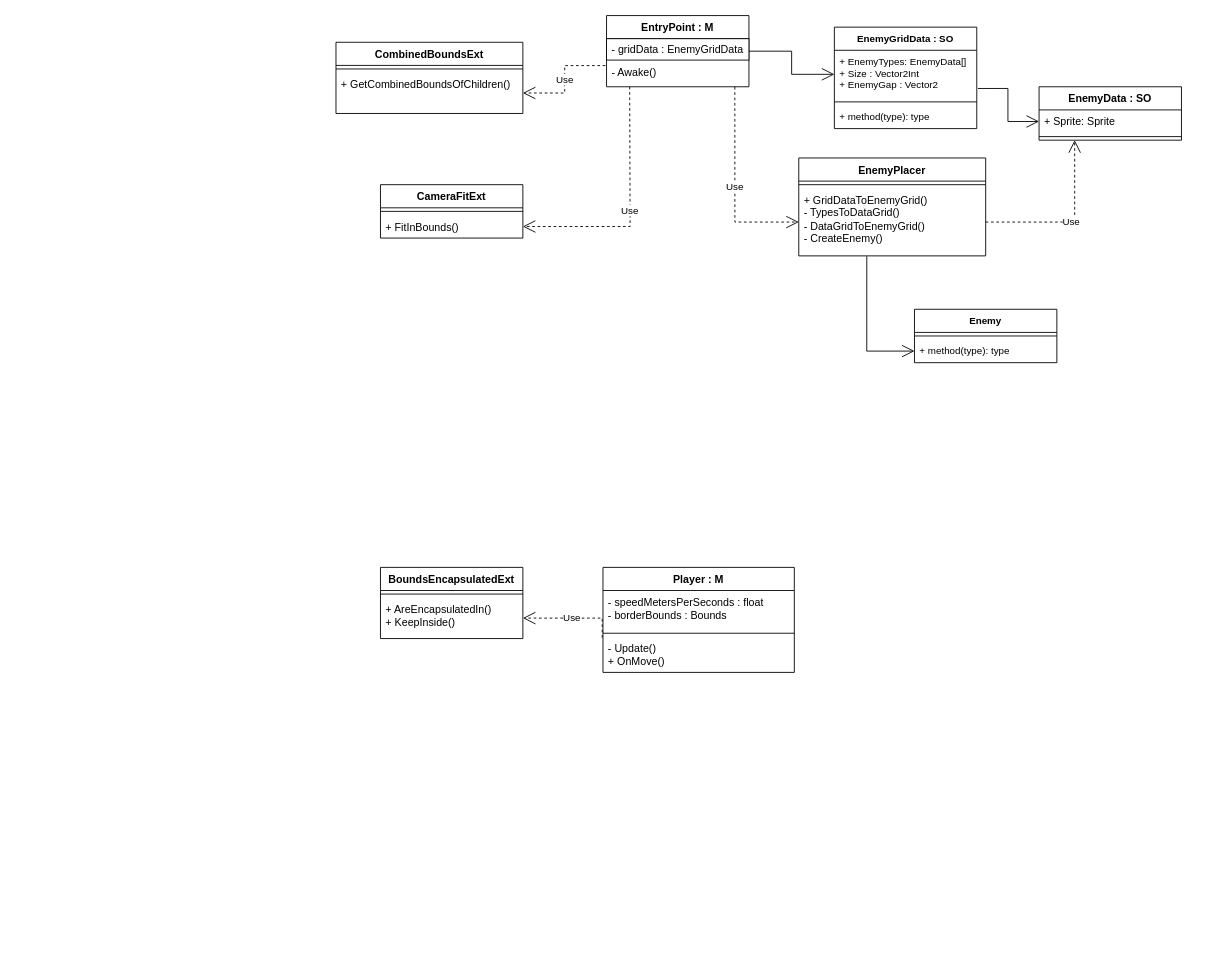
Above: Assets/_Presentation/UML/UML.drawio in IvanvIvanv/SpaceInvadersTask (draw.io), before the change. Source tidied: cells renumbered, new cells numbered last; positions are measured from the earlier drawing's top-left corner, leaving out a move shared by most shapes. Both pictures are drawn from the tidied source at 89%, with x=0, y=0 at pixel (336, 15).
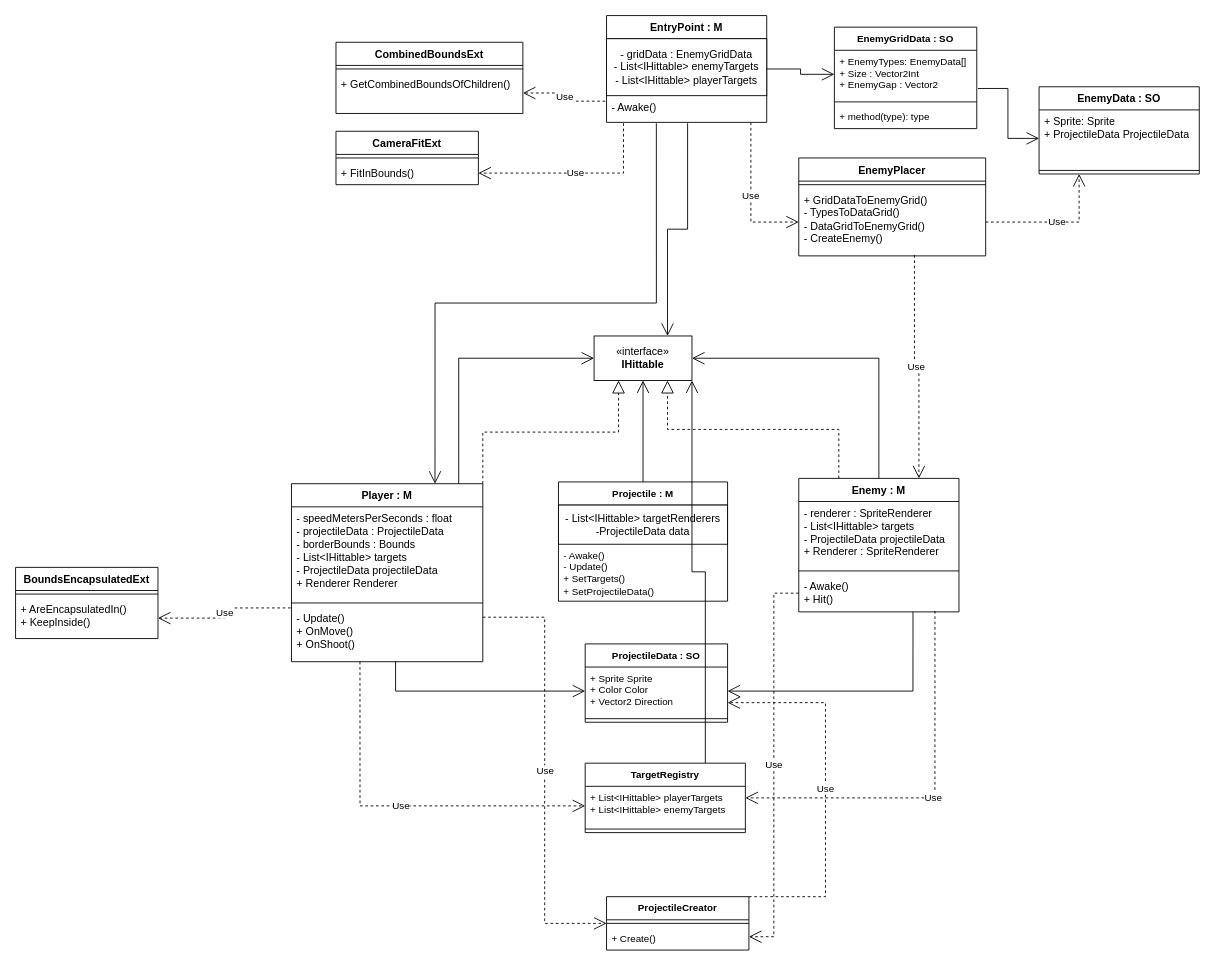
The same diagram, later.

Commit message:
tweak: Updated UML

Unchanged cells that the change refers to:
```xml
<mxCell id="7" value="&lt;div&gt;+ GridDataToEnemyGrid()&lt;br&gt;&lt;/div&gt;&lt;div&gt;- TypesToDataGrid()&lt;br&gt;&lt;/div&gt;&lt;div&gt;- DataGridToEnemyGrid()&lt;br&gt;&lt;/div&gt;&lt;div&gt;- CreateEnemy()&lt;br&gt;&lt;/div&gt;" style="text;strokeColor=none;fillColor=none;align=left;verticalAlign=top;spacingLeft=4;spacingRight=4;overflow=hidden;points=[[0,0.5],[1,0.5]];portConstraint=eastwest;whiteSpace=wrap;html=1;" parent="5" vertex="1">
  <mxGeometry y="34" width="210" height="76" as="geometry" />
</mxCell>
<mxCell id="16" value="+ FitInBounds()" style="text;strokeColor=none;fillColor=none;align=left;verticalAlign=top;spacingLeft=4;spacingRight=4;overflow=hidden;points=[[0,0.5],[1,0.5]];portConstraint=eastwest;whiteSpace=wrap;html=1;" parent="14" vertex="1">
  <mxGeometry y="34" width="160" height="26" as="geometry" />
</mxCell>
```

What changed in the source:
```diff
@@
     <mxCell id="2" value="EntryPoint : M" style="swimlane;fontStyle=1;align=center;verticalAlign=top;horizontal=1;startSize=26;whiteSpace=wrap;html=1;" parent="1" vertex="1">
-      <mxGeometry x="304" width="160" height="80" as="geometry" />
+      <mxGeometry x="304" width="180" height="120" as="geometry" />
     </mxCell>
-    <mxCell id="3" value="- gridData : EnemyGridData" style="html=1;whiteSpace=wrap;" parent="2" vertex="1">
-      <mxGeometry y="26" width="160" height="24" as="geometry" />
+    <mxCell id="3" value="&lt;div&gt;- gridData : EnemyGridData&lt;/div&gt;&lt;div&gt;- List&amp;lt;IHittable&amp;gt; enemyTargets&lt;/div&gt;&lt;div&gt;- List&amp;lt;IHittable&amp;gt; playerTargets&lt;br&gt;&lt;/div&gt;" style="html=1;whiteSpace=wrap;" parent="2" vertex="1">
+      <mxGeometry y="26" width="180" height="64" as="geometry" />
     </mxCell>
     <mxCell id="4" value="&lt;div&gt;- Awake()&lt;/div&gt;" style="text;strokeColor=none;fillColor=none;align=left;verticalAlign=top;spacingLeft=4;spacingRight=4;overflow=hidden;points=[[0,0.5],[1,0.5]];portConstraint=eastwest;whiteSpace=wrap;html=1;" parent="2" vertex="1">
-      <mxGeometry y="50" width="160" height="30" as="geometry" />
+      <mxGeometry y="90" width="180" height="30" as="geometry" />
     </mxCell>
@@
     <mxCell id="8" value="EnemyData : SO" style="swimlane;fontStyle=1;align=center;verticalAlign=top;horizontal=1;startSize=26;whiteSpace=wrap;html=1;" parent="1" vertex="1">
-      <mxGeometry x="790" y="80" width="160" height="60" as="geometry" />
+      <mxGeometry x="790" y="80" width="180" height="98" as="geometry" />
     </mxCell>
-    <mxCell id="9" value="+ Sprite: Sprite" style="text;strokeColor=none;fillColor=none;align=left;verticalAlign=top;spacingLeft=4;spacingRight=4;overflow=hidden;points=[[0,0.5],[1,0.5]];portConstraint=eastwest;whiteSpace=wrap;html=1;" parent="8" vertex="1">
-      <mxGeometry y="26" width="160" height="26" as="geometry" />
+    <mxCell id="9" value="&lt;div&gt;+ Sprite: Sprite&lt;/div&gt;+ ProjectileData ProjectileData" style="text;strokeColor=none;fillColor=none;align=left;verticalAlign=top;spacingLeft=4;spacingRight=4;overflow=hidden;points=[[0,0.5],[1,0.5]];portConstraint=eastwest;whiteSpace=wrap;html=1;" parent="8" vertex="1">
+      <mxGeometry y="26" width="180" height="64" as="geometry" />
     </mxCell>
     <mxCell id="10" style="line;strokeWidth=1;fillColor=none;align=left;verticalAlign=middle;spacingTop=-1;spacingLeft=3;spacingRight=3;labelPosition=right;strokeColor=inherit;" parent="8" vertex="1">
-      <mxGeometry y="52" width="160" height="8" as="geometry" />
+      <mxGeometry y="90" width="180" height="8" as="geometry" />
     </mxCell>
@@
     <mxCell id="14" value="CameraFitExt" style="swimlane;fontStyle=1;align=center;verticalAlign=top;horizontal=1;startSize=26;whiteSpace=wrap;html=1;" parent="1" vertex="1">
-      <mxGeometry x="50" y="190" width="160" height="60" as="geometry" />
+      <mxGeometry y="130" width="160" height="60" as="geometry" />
     </mxCell>
@@
     <mxCell id="17" value="Player : M" style="swimlane;fontStyle=1;align=center;verticalAlign=top;horizontal=1;startSize=26;whiteSpace=wrap;html=1;" parent="1" vertex="1">
-      <mxGeometry x="300" y="620" width="215" height="118" as="geometry" />
+      <mxGeometry x="-50" y="526" width="215" height="200" as="geometry" />
     </mxCell>
-    <mxCell id="18" value="&lt;div&gt;- speedMetersPerSeconds : float&lt;/div&gt;&lt;div&gt;- borderBounds : Bounds&lt;br&gt;&lt;/div&gt;" style="text;strokeColor=none;fillColor=none;align=left;verticalAlign=top;spacingLeft=4;spacingRight=4;overflow=hidden;whiteSpace=wrap;html=1;" parent="17" vertex="1">
-      <mxGeometry y="26" width="215" height="44" as="geometry" />
+    <mxCell id="18" value="&lt;div&gt;- speedMetersPerSeconds : float&lt;/div&gt;&lt;div&gt;- projectileData : ProjectileData&lt;br&gt;&lt;/div&gt;&lt;div&gt;- borderBounds : Bounds&lt;/div&gt;&lt;div&gt;- List&amp;lt;IHittable&amp;gt; targets&lt;/div&gt;&lt;div&gt;- ProjectileData projectileData&lt;br&gt;&lt;/div&gt;&lt;div&gt;+ Renderer Renderer&lt;br&gt;&lt;/div&gt;" style="text;strokeColor=none;fillColor=none;align=left;verticalAlign=top;spacingLeft=4;spacingRight=4;overflow=hidden;whiteSpace=wrap;html=1;" parent="17" vertex="1">
+      <mxGeometry y="26" width="215" height="104" as="geometry" />
     </mxCell>
     <mxCell id="19" style="line;strokeWidth=1;fillColor=none;align=left;verticalAlign=middle;spacingTop=-1;spacingLeft=3;spacingRight=3;labelPosition=right;strokeColor=inherit;" parent="17" vertex="1">
-      <mxGeometry y="70" width="215" height="8" as="geometry" />
+      <mxGeometry y="130" width="215" height="8" as="geometry" />
     </mxCell>
-    <mxCell id="20" value="- Update()&lt;br&gt;&lt;div&gt;+ OnMove()&lt;/div&gt;" style="text;strokeColor=none;fillColor=none;align=left;verticalAlign=top;spacingLeft=4;spacingRight=4;overflow=hidden;points=[[0,0.5],[1,0.5]];portConstraint=eastwest;whiteSpace=wrap;html=1;" parent="17" vertex="1">
-      <mxGeometry y="78" width="215" height="40" as="geometry" />
+    <mxCell id="20" value="- Update()&lt;br&gt;&lt;div&gt;+ OnMove()&lt;/div&gt;&lt;div&gt;+ OnShoot()&lt;br&gt;&lt;/div&gt;" style="text;strokeColor=none;fillColor=none;align=left;verticalAlign=top;spacingLeft=4;spacingRight=4;overflow=hidden;points=[[0,0.5],[1,0.5]];portConstraint=eastwest;whiteSpace=wrap;html=1;" parent="17" vertex="1">
+      <mxGeometry y="138" width="215" height="62" as="geometry" />
     </mxCell>
     <mxCell id="21" value="BoundsEncapsulatedExt" style="swimlane;fontStyle=1;align=center;verticalAlign=top;horizontal=1;startSize=26;whiteSpace=wrap;html=1;" parent="1" vertex="1">
-      <mxGeometry x="50" y="620" width="160" height="80" as="geometry" />
+      <mxGeometry x="-360" y="620" width="160" height="80" as="geometry" />
     </mxCell>
@@
-    <mxCell id="26" value="Use" style="endArrow=open;endSize=12;dashed=1;html=1;rounded=0;strokeColor=default;align=center;verticalAlign=middle;fontFamily=Helvetica;fontSize=11;fontColor=default;labelBackgroundColor=default;edgeStyle=orthogonalEdgeStyle;entryX=1;entryY=0.5;entryDx=0;entryDy=0;" parent="1" edge="1" target="16">
-      <mxGeometry relative="1" as="geometry">
-        <mxPoint x="330" y="80" as="sourcePoint" />
-      </mxGeometry>
+    <mxCell id="26" value="Use" style="endArrow=open;endSize=12;dashed=1;html=1;rounded=0;strokeColor=default;align=center;verticalAlign=middle;fontFamily=Helvetica;fontSize=11;fontColor=default;labelBackgroundColor=default;edgeStyle=orthogonalEdgeStyle;entryX=1;entryY=0.5;entryDx=0;entryDy=0;exitX=0.106;exitY=1.033;exitDx=0;exitDy=0;exitPerimeter=0;" parent="1" edge="1" source="4" target="16">
+      <mxGeometry relative="1" as="geometry" />
     </mxCell>
@@
-    <mxCell id="32" value="Enemy" style="swimlane;fontStyle=1;align=center;verticalAlign=top;horizontal=1;startSize=26;whiteSpace=wrap;html=1;fontFamily=Helvetica;fontSize=11;labelBackgroundColor=default;" parent="1" vertex="1">
-      <mxGeometry x="650" y="330" width="160" height="60" as="geometry" />
+    <mxCell id="32" value="Projectile : M" style="swimlane;fontStyle=1;align=center;verticalAlign=top;horizontal=1;startSize=26;whiteSpace=wrap;html=1;fontFamily=Helvetica;fontSize=11;labelBackgroundColor=default;" parent="1" vertex="1">
+      <mxGeometry x="250" y="524" width="190" height="134" as="geometry" />
     </mxCell>
-    <mxCell id="33" style="line;strokeWidth=1;fillColor=none;align=left;verticalAlign=middle;spacingTop=-1;spacingLeft=3;spacingRight=3;labelPosition=right;strokeColor=inherit;fontFamily=Helvetica;fontSize=11;fontColor=default;labelBackgroundColor=default;" parent="32" vertex="1">
-      <mxGeometry y="26" width="160" height="8" as="geometry" />
-    </mxCell>
+    <mxCell id="39" value="&lt;div&gt;- List&amp;lt;IHittable&amp;gt; targetRenderers&lt;/div&gt;&lt;div&gt;-ProjectileData data&lt;br&gt;&lt;/div&gt;" style="html=1;whiteSpace=wrap;" parent="32" vertex="1">
+      <mxGeometry y="26" width="190" height="44" as="geometry" />
+    </mxCell>
-    <mxCell id="34" value="+ method(type): type" style="text;strokeColor=none;fillColor=none;align=left;verticalAlign=top;spacingLeft=4;spacingRight=4;overflow=hidden;points=[[0,0.5],[1,0.5]];portConstraint=eastwest;whiteSpace=wrap;html=1;fontFamily=Helvetica;fontSize=11;fontColor=default;labelBackgroundColor=default;" parent="32" vertex="1">
-      <mxGeometry y="34" width="160" height="26" as="geometry" />
+    <mxCell id="34" value="&lt;div&gt;- Awake()&lt;br&gt;&lt;/div&gt;&lt;div&gt;- Update()&lt;/div&gt;&lt;div&gt;+ SetTargets()&lt;br&gt;&lt;/div&gt;&lt;div&gt;+ SetProjectileData()&lt;br&gt;&lt;/div&gt;" style="text;strokeColor=none;fillColor=none;align=left;verticalAlign=top;spacingLeft=4;spacingRight=4;overflow=hidden;points=[[0,0.5],[1,0.5]];portConstraint=eastwest;whiteSpace=wrap;html=1;fontFamily=Helvetica;fontSize=11;fontColor=default;labelBackgroundColor=default;" parent="32" vertex="1">
+      <mxGeometry y="70" width="190" height="64" as="geometry" />
     </mxCell>
@@
-    <mxCell id="38" style="endArrow=open;endFill=1;endSize=12;html=1;rounded=0;strokeColor=default;align=center;verticalAlign=middle;fontFamily=Helvetica;fontSize=11;fontColor=default;labelBackgroundColor=default;edgeStyle=orthogonalEdgeStyle;exitX=0.364;exitY=1.006;exitDx=0;exitDy=0;exitPerimeter=0;entryX=0;entryY=0.5;entryDx=0;entryDy=0;" parent="1" edge="1" source="7" target="34">
-      <mxGeometry relative="1" as="geometry" />
-    </mxCell>
+    <mxCell id="40" value="«interface»&lt;br&gt;&lt;b&gt;IHittable&lt;/b&gt;" style="html=1;whiteSpace=wrap;" parent="1" vertex="1">
+      <mxGeometry x="290" y="360" width="110" height="50" as="geometry" />
+    </mxCell>
+    <mxCell id="41" value="Enemy : M" style="swimlane;fontStyle=1;align=center;verticalAlign=top;horizontal=1;startSize=26;whiteSpace=wrap;html=1;" parent="1" vertex="1">
+      <mxGeometry x="520" y="520" width="180" height="150" as="geometry" />
+    </mxCell>
+    <mxCell id="42" value="&lt;div&gt;- renderer : SpriteRenderer&lt;/div&gt;&lt;div&gt;- List&amp;lt;IHittable&amp;gt; targets&lt;/div&gt;&lt;div&gt;- ProjectileData projectileData&lt;/div&gt;&lt;div&gt;+ Renderer : SpriteRenderer&lt;br&gt;&lt;/div&gt;" style="text;strokeColor=none;fillColor=none;align=left;verticalAlign=top;spacingLeft=4;spacingRight=4;overflow=hidden;whiteSpace=wrap;html=1;" parent="41" vertex="1">
+      <mxGeometry y="26" width="180" height="74" as="geometry" />
+    </mxCell>
+    <mxCell id="43" style="line;strokeWidth=1;fillColor=none;align=left;verticalAlign=middle;spacingTop=-1;spacingLeft=3;spacingRight=3;labelPosition=right;strokeColor=inherit;" parent="41" vertex="1">
+      <mxGeometry y="100" width="180" height="8" as="geometry" />
+    </mxCell>
+    <mxCell id="44" value="&lt;div&gt;- Awake()&lt;br&gt;&lt;/div&gt;&lt;div&gt;+ Hit()&lt;/div&gt;" style="text;strokeColor=none;fillColor=none;align=left;verticalAlign=top;spacingLeft=4;spacingRight=4;overflow=hidden;points=[[0,0.5],[1,0.5]];portConstraint=eastwest;whiteSpace=wrap;html=1;" parent="41" vertex="1">
+      <mxGeometry y="108" width="180" height="42" as="geometry" />
+    </mxCell>
+    <mxCell id="45" style="endArrow=block;dashed=1;endFill=0;endSize=12;html=1;rounded=0;strokeColor=default;align=center;verticalAlign=middle;fontFamily=Helvetica;fontSize=11;fontColor=default;labelBackgroundColor=default;edgeStyle=orthogonalEdgeStyle;exitX=0.25;exitY=0;exitDx=0;exitDy=0;entryX=0.75;entryY=1;entryDx=0;entryDy=0;" parent="1" edge="1" source="41" target="40">
+      <mxGeometry relative="1" as="geometry" />
+    </mxCell>
+    <mxCell id="46" value="Use" style="endArrow=open;endSize=12;dashed=1;html=1;rounded=0;strokeColor=default;align=center;verticalAlign=middle;fontFamily=Helvetica;fontSize=11;fontColor=default;labelBackgroundColor=default;edgeStyle=orthogonalEdgeStyle;exitX=1;exitY=0.75;exitDx=0;exitDy=0;entryX=0;entryY=0.5;entryDx=0;entryDy=0;" parent="1" edge="1" source="17" target="66">
+      <mxGeometry relative="1" as="geometry" />
+    </mxCell>
+    <mxCell id="47" style="endArrow=block;dashed=1;endFill=0;endSize=12;html=1;rounded=0;strokeColor=default;align=center;verticalAlign=middle;fontFamily=Helvetica;fontSize=11;fontColor=default;labelBackgroundColor=default;edgeStyle=orthogonalEdgeStyle;exitX=1;exitY=0;exitDx=0;exitDy=0;entryX=0.25;entryY=1;entryDx=0;entryDy=0;" parent="1" edge="1" source="17" target="40">
+      <mxGeometry relative="1" as="geometry" />
+    </mxCell>
+    <mxCell id="48" value="Use" style="endArrow=open;endSize=12;dashed=1;html=1;rounded=0;strokeColor=default;align=center;verticalAlign=middle;fontFamily=Helvetica;fontSize=11;fontColor=default;labelBackgroundColor=default;edgeStyle=orthogonalEdgeStyle;exitX=0;exitY=0.5;exitDx=0;exitDy=0;entryX=1;entryY=0.75;entryDx=0;entryDy=0;" parent="1" edge="1" source="44" target="66">
+      <mxGeometry relative="1" as="geometry" />
+    </mxCell>
+    <mxCell id="49" style="endArrow=open;endFill=1;endSize=12;html=1;rounded=0;strokeColor=default;align=center;verticalAlign=middle;fontFamily=Helvetica;fontSize=11;fontColor=default;labelBackgroundColor=default;edgeStyle=orthogonalEdgeStyle;exitX=0.5;exitY=0;exitDx=0;exitDy=0;entryX=0.5;entryY=1;entryDx=0;entryDy=0;" parent="1" edge="1" source="32" target="40">
+      <mxGeometry relative="1" as="geometry" />
+    </mxCell>
+    <mxCell id="50" value="Use" style="endArrow=open;endSize=12;dashed=1;html=1;rounded=0;strokeColor=default;align=center;verticalAlign=middle;fontFamily=Helvetica;fontSize=11;fontColor=default;labelBackgroundColor=default;edgeStyle=orthogonalEdgeStyle;exitX=0.619;exitY=0.987;exitDx=0;exitDy=0;exitPerimeter=0;entryX=0.75;entryY=0;entryDx=0;entryDy=0;" parent="1" edge="1" source="7" target="41">
+      <mxGeometry relative="1" as="geometry" />
+    </mxCell>
+    <mxCell id="51" style="endArrow=open;endFill=1;endSize=12;html=1;rounded=0;strokeColor=default;align=center;verticalAlign=middle;fontFamily=Helvetica;fontSize=11;fontColor=default;labelBackgroundColor=default;edgeStyle=orthogonalEdgeStyle;exitX=0.506;exitY=1.033;exitDx=0;exitDy=0;exitPerimeter=0;entryX=0.75;entryY=0;entryDx=0;entryDy=0;" parent="1" edge="1" source="4" target="40">
+      <mxGeometry relative="1" as="geometry" />
+    </mxCell>
+    <mxCell id="52" style="endArrow=open;endFill=1;endSize=12;html=1;rounded=0;strokeColor=default;align=center;verticalAlign=middle;fontFamily=Helvetica;fontSize=11;fontColor=default;labelBackgroundColor=default;edgeStyle=orthogonalEdgeStyle;exitX=0.311;exitY=1.033;exitDx=0;exitDy=0;exitPerimeter=0;entryX=0.75;entryY=0;entryDx=0;entryDy=0;" parent="1" edge="1" source="4" target="17">
+      <mxGeometry relative="1" as="geometry" />
+    </mxCell>
+    <mxCell id="53" style="endArrow=open;endFill=1;endSize=12;html=1;rounded=0;strokeColor=default;align=center;verticalAlign=middle;fontFamily=Helvetica;fontSize=11;fontColor=default;labelBackgroundColor=default;edgeStyle=orthogonalEdgeStyle;exitX=0.874;exitY=0;exitDx=0;exitDy=0;exitPerimeter=0;entryX=0;entryY=0.5;entryDx=0;entryDy=0;" parent="1" edge="1" source="17" target="40">
+      <mxGeometry relative="1" as="geometry" />
+    </mxCell>
+    <mxCell id="54" style="endArrow=open;endFill=1;endSize=12;html=1;rounded=0;strokeColor=default;align=center;verticalAlign=middle;fontFamily=Helvetica;fontSize=11;fontColor=default;labelBackgroundColor=default;edgeStyle=orthogonalEdgeStyle;exitX=0.5;exitY=0;exitDx=0;exitDy=0;entryX=1;entryY=0.5;entryDx=0;entryDy=0;" parent="1" edge="1" source="41" target="40">
+      <mxGeometry relative="1" as="geometry" />
+    </mxCell>
+    <mxCell id="55" value="ProjectileData : SO" style="swimlane;fontStyle=1;align=center;verticalAlign=top;horizontal=1;startSize=26;whiteSpace=wrap;html=1;fontFamily=Helvetica;fontSize=11;fontColor=default;labelBackgroundColor=default;" parent="1" vertex="1">
+      <mxGeometry x="280" y="706" width="160" height="88" as="geometry" />
+    </mxCell>
+    <mxCell id="56" value="&lt;div&gt;+ Sprite Sprite&lt;br&gt;&lt;/div&gt;&lt;div&gt;+ Color Color&lt;/div&gt;&lt;div&gt;+ Vector2 Direction&lt;/div&gt;" style="text;strokeColor=none;fillColor=none;align=left;verticalAlign=top;spacingLeft=4;spacingRight=4;overflow=hidden;points=[[0,0.5],[1,0.5]];portConstraint=eastwest;whiteSpace=wrap;html=1;fontFamily=Helvetica;fontSize=11;fontColor=default;labelBackgroundColor=default;" parent="55" vertex="1">
+      <mxGeometry y="26" width="160" height="54" as="geometry" />
+    </mxCell>
+    <mxCell id="57" style="line;strokeWidth=1;fillColor=none;align=left;verticalAlign=middle;spacingTop=-1;spacingLeft=3;spacingRight=3;labelPosition=right;strokeColor=inherit;fontFamily=Helvetica;fontSize=11;fontColor=default;labelBackgroundColor=default;" parent="55" vertex="1">
+      <mxGeometry y="80" width="160" height="8" as="geometry" />
+    </mxCell>
+    <mxCell id="58" style="endArrow=open;endFill=1;endSize=12;html=1;rounded=0;strokeColor=default;align=center;verticalAlign=middle;fontFamily=Helvetica;fontSize=11;fontColor=default;labelBackgroundColor=default;edgeStyle=orthogonalEdgeStyle;exitX=0.544;exitY=0.989;exitDx=0;exitDy=0;exitPerimeter=0;entryX=0;entryY=0.5;entryDx=0;entryDy=0;" parent="1" edge="1" source="20" target="56">
+      <mxGeometry relative="1" as="geometry" />
+    </mxCell>
+    <mxCell id="59" style="endArrow=open;endFill=1;endSize=12;html=1;rounded=0;strokeColor=default;align=center;verticalAlign=middle;fontFamily=Helvetica;fontSize=11;fontColor=default;labelBackgroundColor=default;edgeStyle=orthogonalEdgeStyle;exitX=0.713;exitY=1;exitDx=0;exitDy=0;exitPerimeter=0;entryX=1;entryY=0.5;entryDx=0;entryDy=0;" parent="1" edge="1" source="44" target="56">
+      <mxGeometry relative="1" as="geometry" />
+    </mxCell>
+    <mxCell id="60" value="&lt;div&gt;TargetRegistry&lt;/div&gt;" style="swimlane;fontStyle=1;align=center;verticalAlign=top;horizontal=1;startSize=26;whiteSpace=wrap;html=1;fontFamily=Helvetica;fontSize=11;fontColor=default;labelBackgroundColor=default;" parent="1" vertex="1">
+      <mxGeometry x="280" y="840" width="180" height="78" as="geometry" />
+    </mxCell>
+    <mxCell id="61" value="+ List&amp;lt;IHittable&amp;gt; playerTargets&lt;br&gt;+ List&amp;lt;IHittable&amp;gt; enemyTargets" style="text;strokeColor=none;fillColor=none;align=left;verticalAlign=top;spacingLeft=4;spacingRight=4;overflow=hidden;points=[[0,0.5],[1,0.5]];portConstraint=eastwest;whiteSpace=wrap;html=1;fontFamily=Helvetica;fontSize=11;fontColor=default;labelBackgroundColor=default;" parent="60" vertex="1">
+      <mxGeometry y="26" width="180" height="44" as="geometry" />
+    </mxCell>
+    <mxCell id="62" style="line;strokeWidth=1;fillColor=none;align=left;verticalAlign=middle;spacingTop=-1;spacingLeft=3;spacingRight=3;labelPosition=right;strokeColor=inherit;fontFamily=Helvetica;fontSize=11;fontColor=default;labelBackgroundColor=default;" parent="60" vertex="1">
+      <mxGeometry y="70" width="180" height="8" as="geometry" />
+    </mxCell>
+    <mxCell id="63" value="Use" style="endArrow=open;endSize=12;dashed=1;html=1;rounded=0;strokeColor=default;align=center;verticalAlign=middle;fontFamily=Helvetica;fontSize=11;fontColor=default;labelBackgroundColor=default;edgeStyle=orthogonalEdgeStyle;exitX=0.358;exitY=1;exitDx=0;exitDy=0;exitPerimeter=0;entryX=0;entryY=0.5;entryDx=0;entryDy=0;" parent="1" edge="1" source="20" target="61">
+      <mxGeometry relative="1" as="geometry" />
+    </mxCell>
+    <mxCell id="64" value="Use" style="endArrow=open;endSize=12;dashed=1;html=1;rounded=0;strokeColor=default;align=center;verticalAlign=middle;fontFamily=Helvetica;fontSize=11;fontColor=default;labelBackgroundColor=default;edgeStyle=orthogonalEdgeStyle;exitX=0.85;exitY=0.976;exitDx=0;exitDy=0;exitPerimeter=0;entryX=1;entryY=0.5;entryDx=0;entryDy=0;" parent="1" edge="1" source="44" target="60">
+      <mxGeometry relative="1" as="geometry" />
+    </mxCell>
+    <mxCell id="65" style="endArrow=open;endFill=1;endSize=12;html=1;rounded=0;strokeColor=default;align=center;verticalAlign=middle;fontFamily=Helvetica;fontSize=11;fontColor=default;labelBackgroundColor=default;edgeStyle=orthogonalEdgeStyle;exitX=0.75;exitY=0;exitDx=0;exitDy=0;entryX=1;entryY=1;entryDx=0;entryDy=0;" parent="1" edge="1" source="60" target="40">
+      <mxGeometry relative="1" as="geometry" />
+    </mxCell>
+    <mxCell id="66" value="ProjectileCreator" style="swimlane;fontStyle=1;align=center;verticalAlign=top;horizontal=1;startSize=26;whiteSpace=wrap;html=1;fontFamily=Helvetica;fontSize=11;fontColor=default;labelBackgroundColor=default;" parent="1" vertex="1">
+      <mxGeometry x="304" y="990" width="160" height="60" as="geometry" />
+    </mxCell>
+    <mxCell id="33" style="line;strokeWidth=1;fillColor=none;align=left;verticalAlign=middle;spacingTop=-1;spacingLeft=3;spacingRight=3;labelPosition=right;strokeColor=inherit;fontFamily=Helvetica;fontSize=11;fontColor=default;labelBackgroundColor=default;" parent="66" vertex="1">
+      <mxGeometry y="26" width="160" height="8" as="geometry" />
+    </mxCell>
+    <mxCell id="67" value="+ Create()" style="text;strokeColor=none;fillColor=none;align=left;verticalAlign=top;spacingLeft=4;spacingRight=4;overflow=hidden;whiteSpace=wrap;html=1;fontFamily=Helvetica;fontSize=11;fontColor=default;labelBackgroundColor=default;" parent="66" vertex="1">
+      <mxGeometry y="34" width="160" height="26" as="geometry" />
+    </mxCell>
+    <mxCell id="68" value="Use" style="endArrow=open;endSize=12;dashed=1;html=1;rounded=0;strokeColor=default;align=center;verticalAlign=middle;fontFamily=Helvetica;fontSize=11;fontColor=default;labelBackgroundColor=default;edgeStyle=orthogonalEdgeStyle;exitX=1;exitY=0;exitDx=0;exitDy=0;entryX=1;entryY=0.75;entryDx=0;entryDy=0;" parent="1" edge="1" source="66" target="55">
+      <mxGeometry relative="1" as="geometry">
+        <Array as="points">
+          <mxPoint x="550" y="990" />
+          <mxPoint x="550" y="772" />
+        </Array>
+      </mxGeometry>
+    </mxCell>
```
